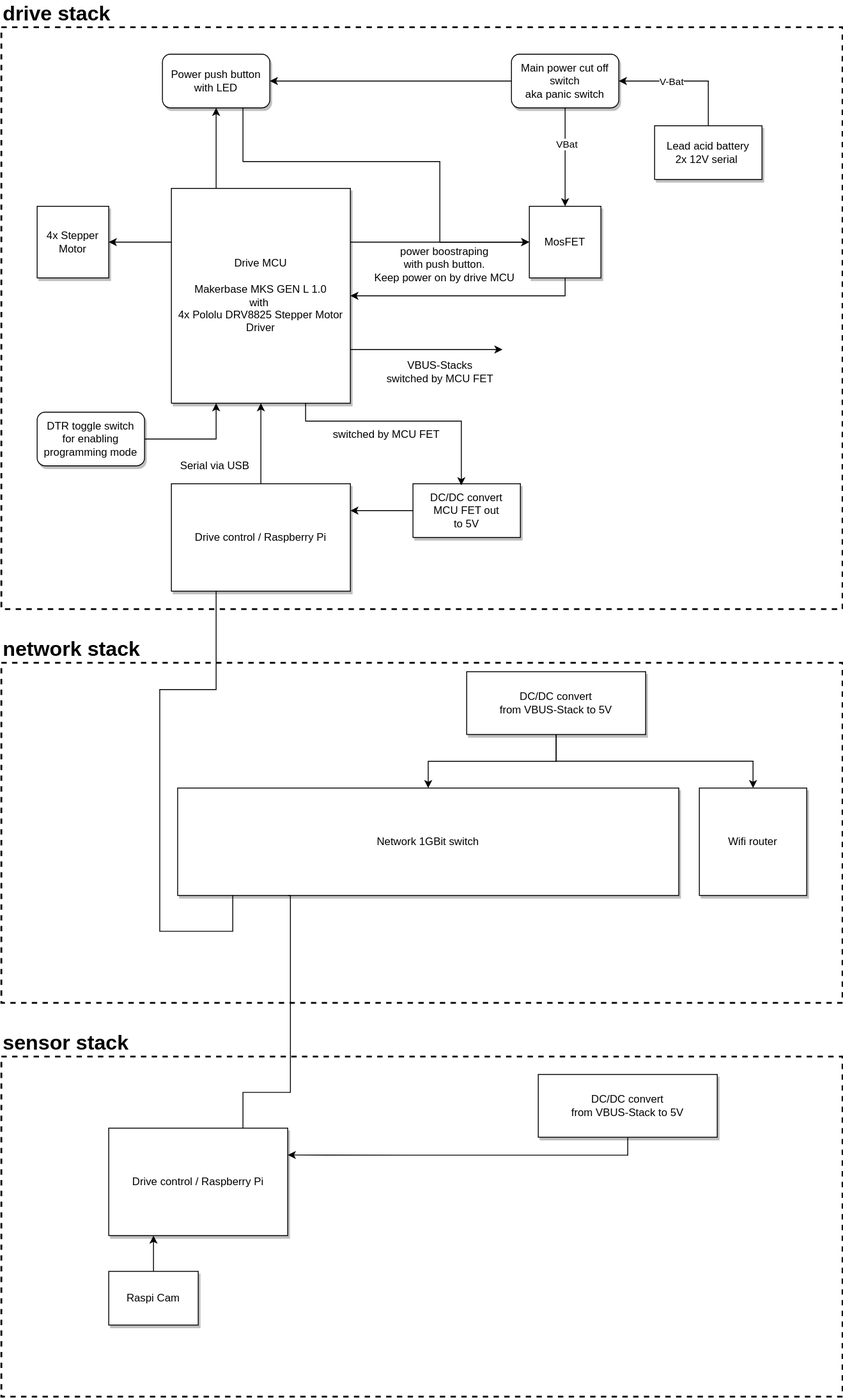
Above: doc/wiki_images/overview.drawio.svg in hackffm/SpaceShuttle (draw.io), before the change. Source tidied: cells renumbered, new cells last; positions are measured from the earlier drawing's top-left corner, leaving out a move shared by most shapes.
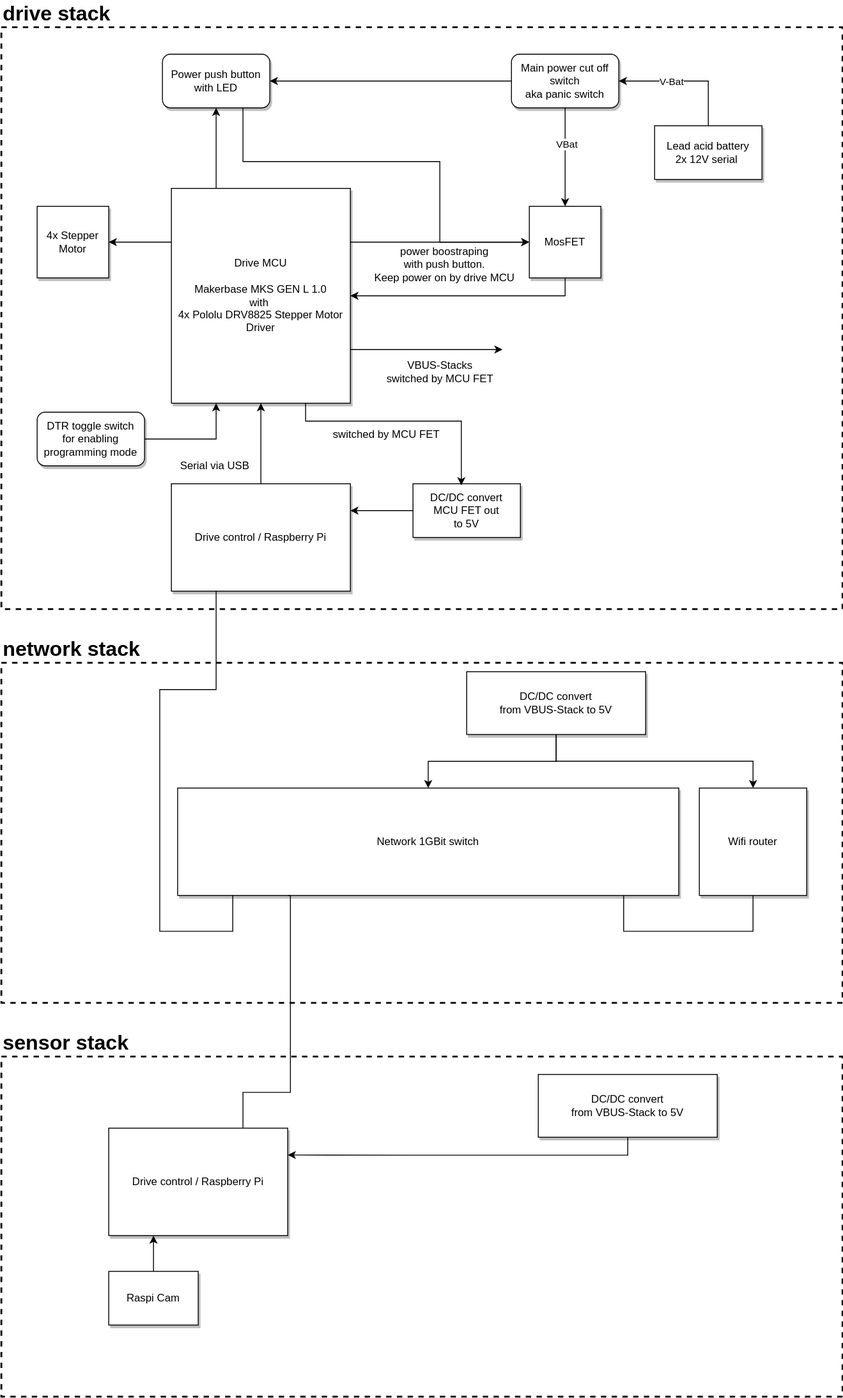
After the change.

Commit message:
ethernet connection to wifi router was missing

Change to the diagram source:
```diff
@@ -5,6 +5,14 @@
     <mxCell id="2" style="rounded=0;whiteSpace=wrap;html=1;shadow=0;fillColor=none;dashed=1;strokeWidth=2;" parent="1" vertex="1">
       <mxGeometry y="740" width="940" height="380" as="geometry" />
     </mxCell>
+    <mxCell id="49" style="edgeStyle=orthogonalEdgeStyle;rounded=0;jettySize=auto;html=1;exitX=0.89;exitY=1;exitDx=0;exitDy=0;exitPerimeter=0;entryX=0.5;entryY=1;entryDx=0;entryDy=0;endArrow=none;endFill=0;" parent="2" edge="1" source="3" target="7">
+      <mxGeometry relative="1" as="geometry">
+        <Array as="points">
+          <mxPoint x="695" y="300" />
+          <mxPoint x="840" y="300" />
+        </Array>
+      </mxGeometry>
+    </mxCell>
     <mxCell id="3" value="Network 1GBit switch" style="rounded=0;whiteSpace=wrap;html=1;shadow=1;points=[[0.11,1,0,0,0],[0.22,1,0,0,0],[0.25,0,0,0,0],[0.33,1,0,0,0],[0.44,1,0,0,0],[0.5,0,0,0,0],[0.56,1,0,0,0],[0.67,1,0,0,0],[0.75,0,0,0,0],[0.78,1,0,0,0],[0.89,1,0,0,0]];" parent="2" vertex="1">
       <mxGeometry x="197" y="140" width="560" height="120" as="geometry" />
     </mxCell>
```
